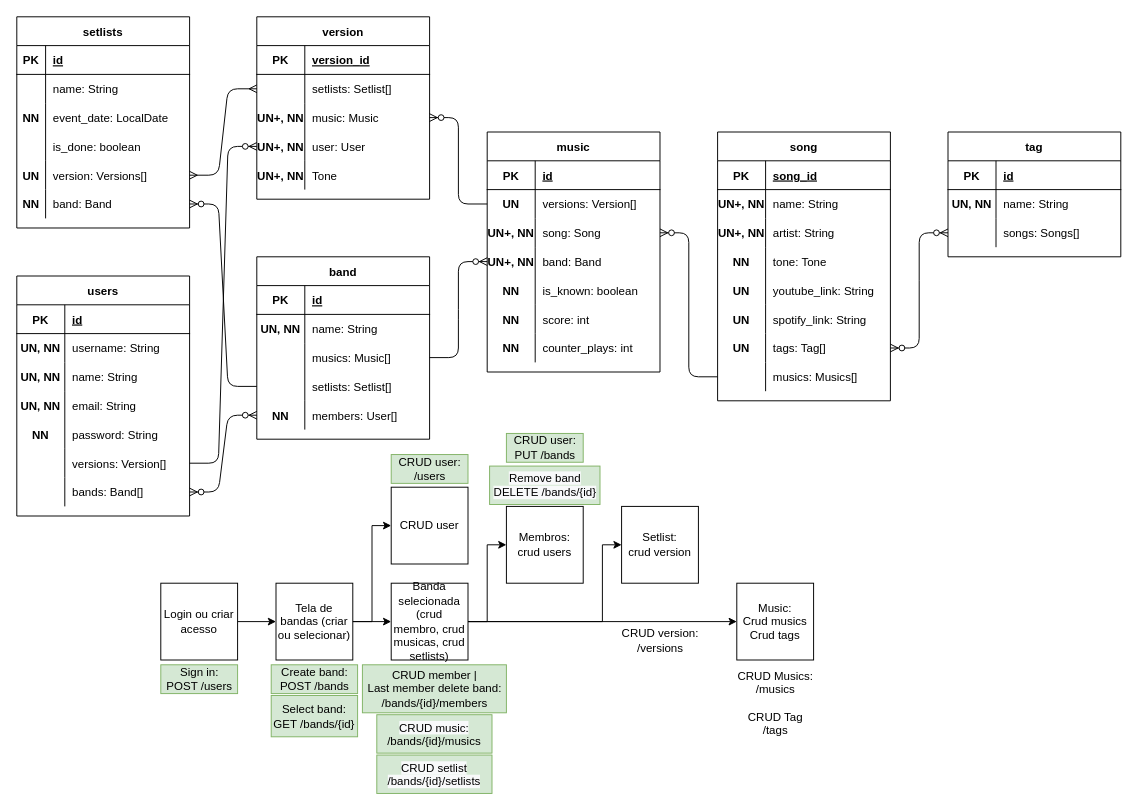
This is design/diagram.drawio from igormateus/repertapp-api, a draw.io file, before an edit. Source tidied: cells renumbered, new cells numbered last; positions are measured from the earlier drawing's top-left corner, leaving out a move shared by most shapes. Both pictures are drawn from the tidied source at 96%, with x=0, y=0 at pixel (16, 16).
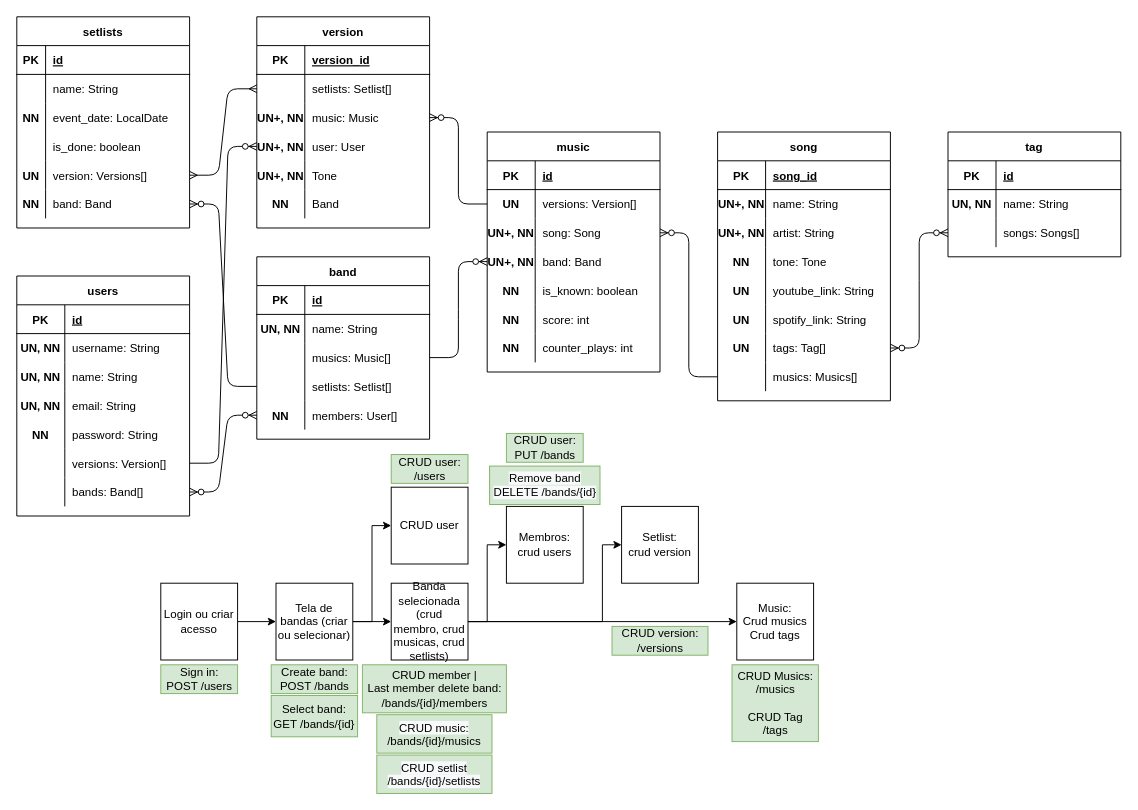
Above is the later version.

Diff of the diagram source:
```diff
@@
     <mxCell id="79" value="version" style="shape=table;startSize=30;childLayout=tableLayout;rowLines=0;fontStyle=1;align=center;" parent="1" vertex="1">
-      <mxGeometry x="250" width="180" height="190" as="geometry" />
+      <mxGeometry x="250" width="180" height="220" as="geometry" />
     </mxCell>
@@
+    <mxCell id="164" style="shape=partialRectangle;fillColor=none;top=0;left=0;bottom=0;right=0;" parent="79" vertex="1">
+      <mxGeometry y="180" width="180" height="30" as="geometry" />
+    </mxCell>
+    <mxCell id="165" value="NN" style="shape=partialRectangle;fillColor=none;top=0;left=0;bottom=0;right=0;overflow=hidden;fontStyle=1;" parent="164" vertex="1">
+      <mxGeometry width="50" height="30" as="geometry" />
+    </mxCell>
+    <mxCell id="166" value="Band" style="shape=partialRectangle;fillColor=none;top=0;left=0;bottom=0;right=0;align=left;spacingLeft=6;overflow=hidden;" parent="164" vertex="1">
+      <mxGeometry x="50" width="130" height="30" as="geometry" />
+    </mxCell>
@@
-    <mxCell id="156" value="CRUD version:&lt;br&gt;/versions" style="text;html=1;align=center;verticalAlign=middle;strokeColor=none;fillColor=none;" parent="1" vertex="1">
+    <mxCell id="156" value="CRUD version:&lt;br&gt;/versions" style="text;html=1;align=center;verticalAlign=middle;strokeColor=#82b366;fillColor=#d5e8d4;" parent="1" vertex="1">
       <mxGeometry x="620" y="635" width="100" height="30" as="geometry" />
     </mxCell>
-    <mxCell id="157" value="CRUD Musics:&lt;br&gt;/musics&lt;br&gt;&lt;br&gt;CRUD Tag&lt;br&gt;/tags" style="text;html=1;align=center;verticalAlign=middle;strokeColor=none;fillColor=none;" parent="1" vertex="1">
+    <mxCell id="157" value="CRUD Musics:&lt;br&gt;/musics&lt;br&gt;&lt;br&gt;CRUD Tag&lt;br&gt;/tags" style="text;html=1;align=center;verticalAlign=middle;strokeColor=#82b366;fillColor=#d5e8d4;" parent="1" vertex="1">
       <mxGeometry x="745" y="675" width="90" height="80" as="geometry" />
     </mxCell>
```
